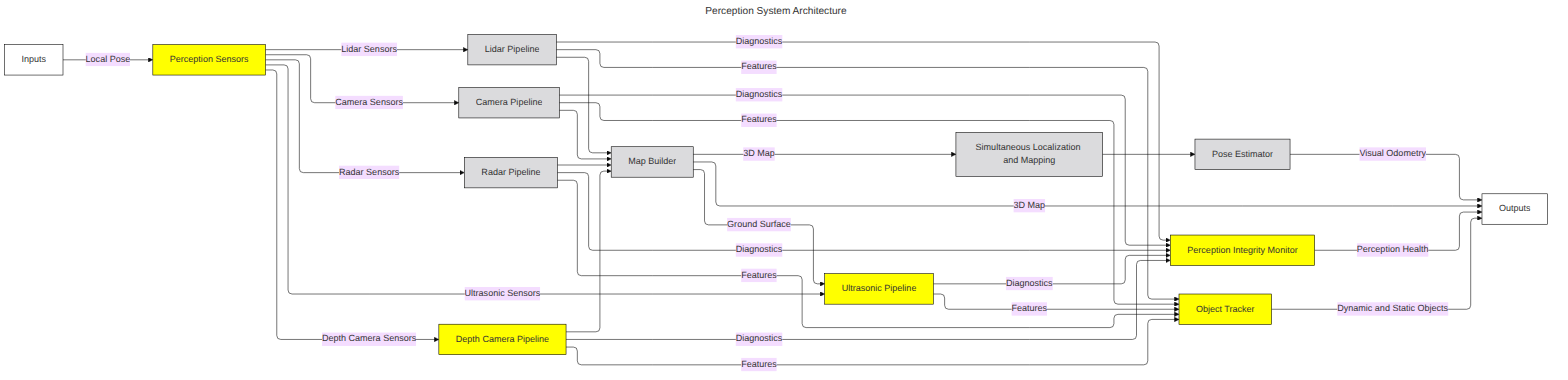
Above: Systems/Perception/doc/mermaid/PerceptionSystemArchitecture.png in fastrobotics/robot_framework (Mermaid), before the change. Its source is kept beside it as Systems/Perception/doc/mermaid/PerceptionSystemArchitecture.mmd.
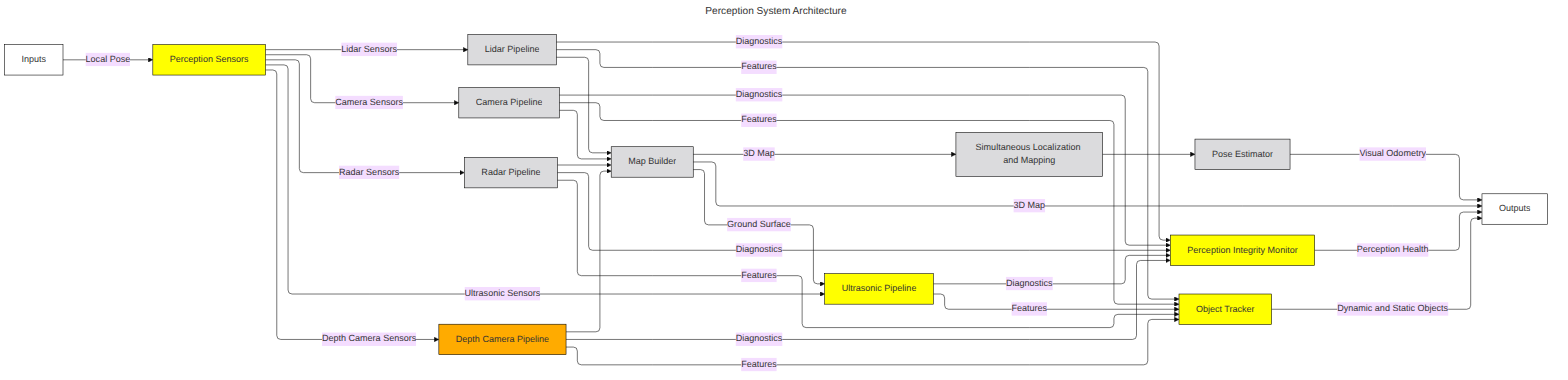
After the change.

Diff of the diagram source:
```diff
@@ -84,4 +84,5 @@
 
 
     class Inputs,Outputs cssBoundary
-    class PerceptionSensors,DepthCameraPipeline,UltrasonicPipeline,ObjectTracker,PerceptionIntegrityMonitor cssInvestigating
+    class PerceptionSensors,UltrasonicPipeline,ObjectTracker,PerceptionIntegrityMonitor cssInvestigating
+    class DepthCameraPipeline cssDeveloping
```
